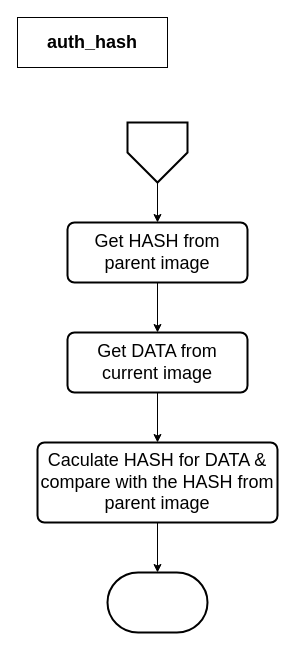
daichin/secureboot keeps this draw.io diagram as page "auth_hash" (5 of 7) of mbedx509_parser.drawio. Above is the earlier version. Source tidied: cells renumbered, new cells numbered last; positions are measured from the earlier drawing's top-left corner, leaving out a move shared by most shapes. Both pictures are drawn from the tidied source at 100%, with x=0, y=0 at pixel (17, 17).
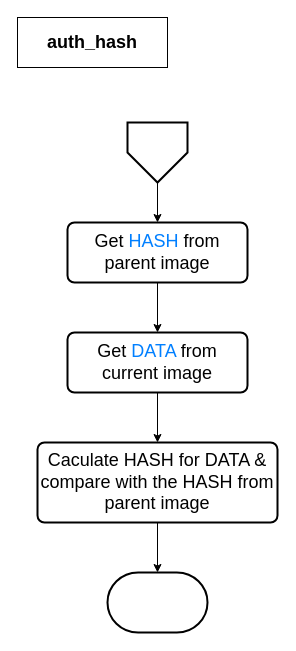
The same diagram, later.

Diff of the diagram source:
```diff
@@
 <mxGraphModel>
   <root>
     <mxCell id="0" />
     <mxCell id="1" parent="0" />
     <mxCell id="2" value="auth_hash" style="whiteSpace=wrap;html=1;fontSize=18;align=center;fontStyle=1;" parent="1" vertex="1">
       <mxGeometry width="150" height="50" as="geometry" />
     </mxCell>
     <mxCell id="3" style="edgeStyle=orthogonalEdgeStyle;rounded=0;jettySize=auto;html=1;fontSize=18;" parent="1" edge="1" source="4" target="6">
       <mxGeometry relative="1" as="geometry" />
     </mxCell>
     <mxCell id="4" style="verticalLabelPosition=bottom;verticalAlign=top;html=1;strokeWidth=2;shape=offPageConnector;rounded=0;size=0.5;fontSize=18;align=center;" parent="1" vertex="1">
       <mxGeometry x="110" y="105" width="60" height="60" as="geometry" />
     </mxCell>
     <mxCell id="5" style="edgeStyle=orthogonalEdgeStyle;rounded=0;jettySize=auto;html=1;fontSize=18;" parent="1" edge="1" source="6" target="8">
       <mxGeometry relative="1" as="geometry" />
     </mxCell>
-    <mxCell id="6" value="Get HASH from parent image" style="rounded=1;whiteSpace=wrap;html=1;absoluteArcSize=1;arcSize=14;strokeWidth=2;fontSize=18;align=center;" parent="1" vertex="1">
+    <mxCell id="6" value="Get &lt;font color=&quot;#007fff&quot;&gt;HASH&lt;/font&gt; from parent image" style="rounded=1;whiteSpace=wrap;html=1;absoluteArcSize=1;arcSize=14;strokeWidth=2;fontSize=18;align=center;" parent="1" vertex="1">
       <mxGeometry x="50" y="205" width="180" height="60" as="geometry" />
     </mxCell>
     <mxCell id="7" style="edgeStyle=orthogonalEdgeStyle;rounded=0;jettySize=auto;html=1;fontSize=18;" parent="1" edge="1" source="8" target="10">
       <mxGeometry relative="1" as="geometry" />
     </mxCell>
-    <mxCell id="8" value="Get DATA from current image" style="rounded=1;whiteSpace=wrap;html=1;absoluteArcSize=1;arcSize=14;strokeWidth=2;fontSize=18;align=center;" parent="1" vertex="1">
+    <mxCell id="8" value="Get &lt;font color=&quot;#007fff&quot;&gt;DATA&lt;/font&gt; from current image" style="rounded=1;whiteSpace=wrap;html=1;absoluteArcSize=1;arcSize=14;strokeWidth=2;fontSize=18;align=center;" parent="1" vertex="1">
       <mxGeometry x="50" y="315" width="180" height="60" as="geometry" />
     </mxCell>
     <mxCell id="9" style="edgeStyle=orthogonalEdgeStyle;rounded=0;jettySize=auto;html=1;fontSize=18;" parent="1" edge="1" source="10" target="11">
       <mxGeometry relative="1" as="geometry" />
     </mxCell>
     <mxCell id="10" value="Caculate HASH for DATA &amp;amp; compare with the HASH from parent image" style="rounded=1;whiteSpace=wrap;html=1;absoluteArcSize=1;arcSize=14;strokeWidth=2;fontSize=18;align=center;" parent="1" vertex="1">
       <mxGeometry x="20" y="425" width="240" height="80" as="geometry" />
     </mxCell>
     <mxCell id="11" style="strokeWidth=2;html=1;shape=mxgraph.flowchart.terminator;whiteSpace=wrap;fontSize=18;align=center;" parent="1" vertex="1">
       <mxGeometry x="90" y="555" width="100" height="60" as="geometry" />
     </mxCell>
   </root>
 </mxGraphModel>
```
